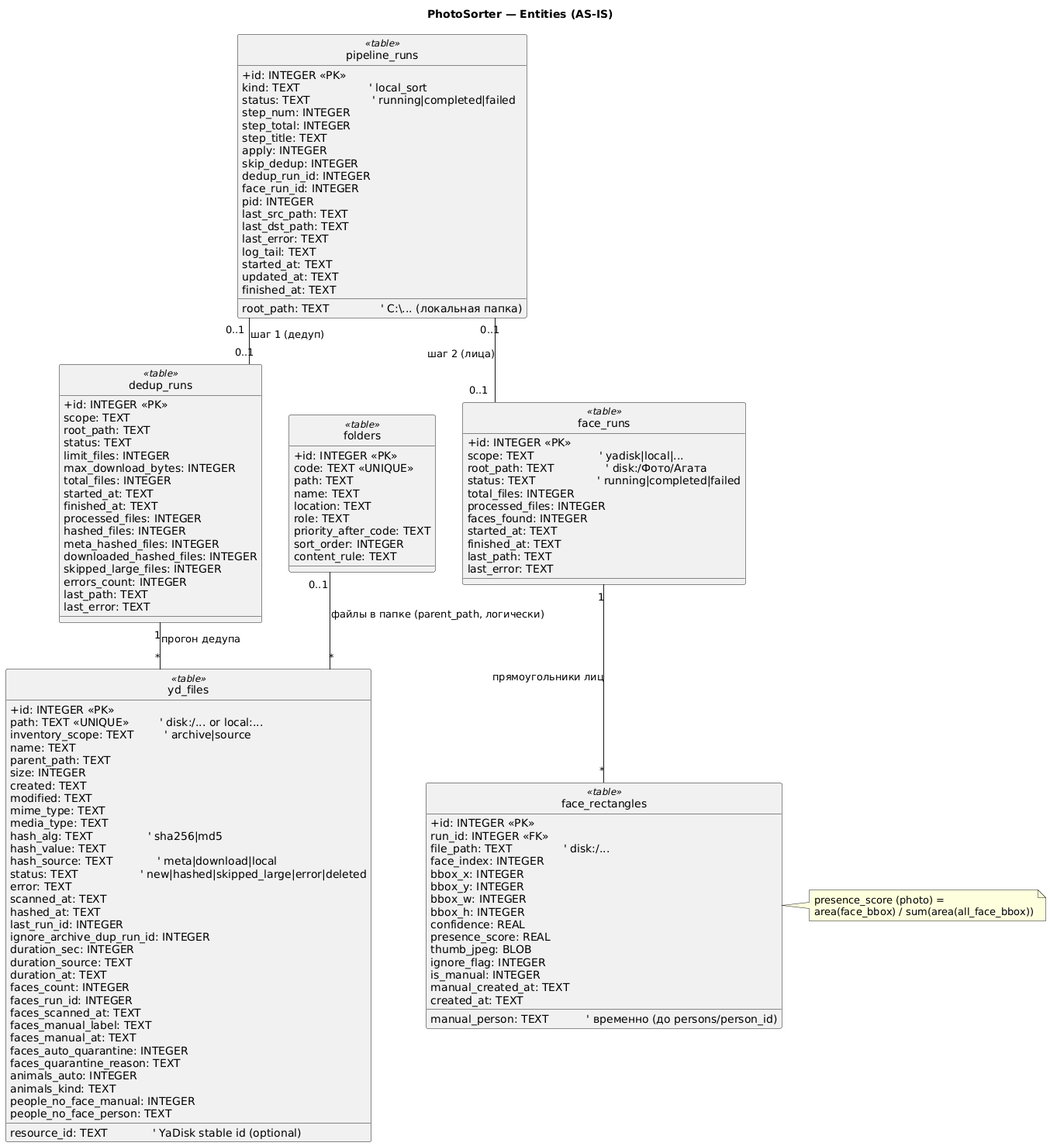
Earlier version of the PlantUML export docs/diagrams/entities_as_is.png (mzaborov/PhotoSorter).
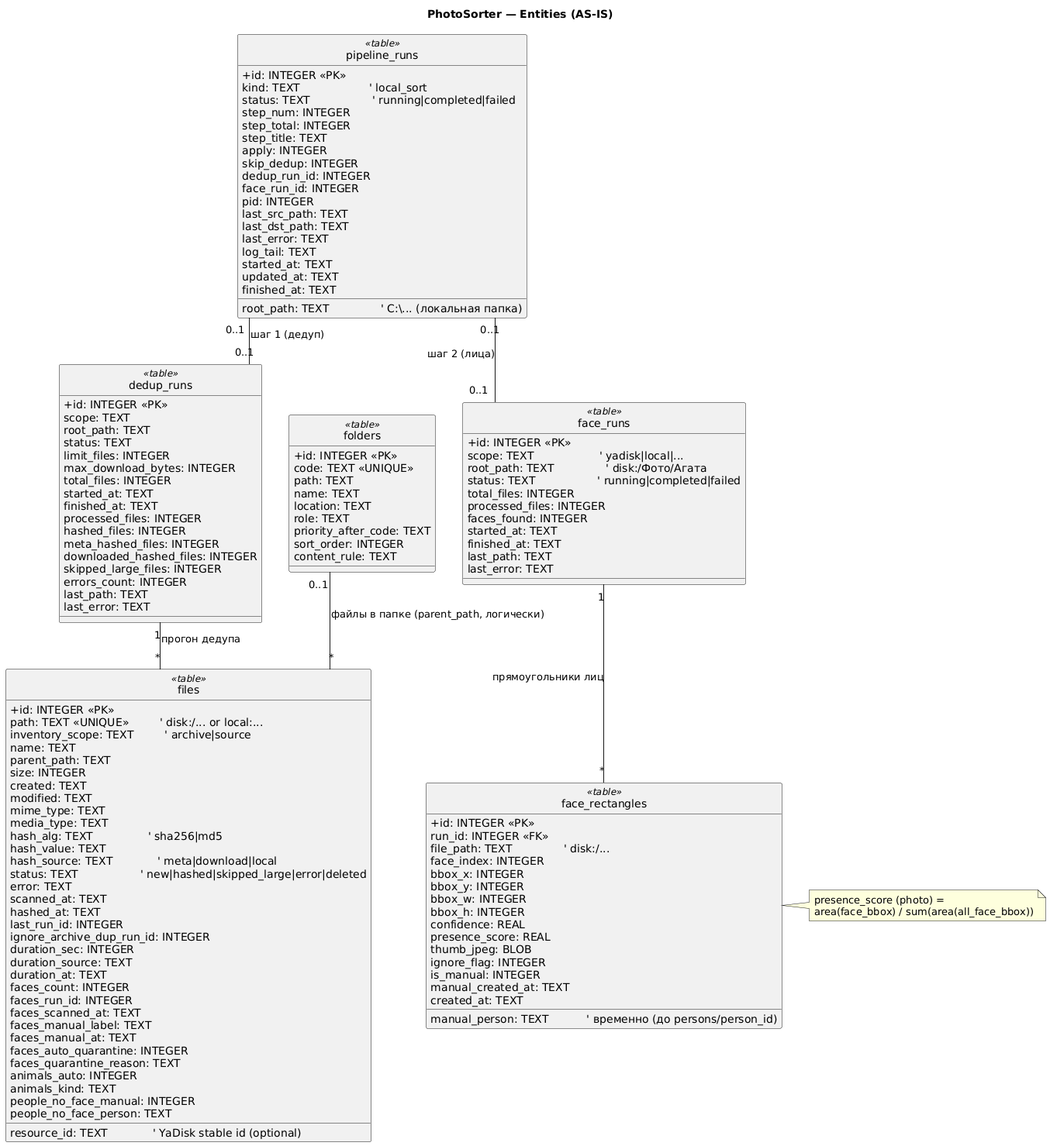
The same diagram one commit later.

Change to the diagram source:
```diff
@@ -59,7 +59,7 @@
   finished_at: TEXT
 }
 
-class yd_files <<table>> {
+class files <<table>> {
   +id: INTEGER <<PK>>
   path: TEXT <<UNIQUE>>         ' disk:/... or local:...
   resource_id: TEXT             ' YaDisk stable id (optional)
@@ -96,8 +96,8 @@
   people_no_face_person: TEXT
 }
 
-folders "0..1" -- "*" yd_files : файлы в папке (parent_path, логически)
-dedup_runs "1" -- "*" yd_files : прогон дедупа
+folders "0..1" -- "*" files : файлы в папке (parent_path, логически)
+dedup_runs "1" -- "*" files : прогон дедупа
 pipeline_runs "0..1" -- "0..1" dedup_runs : шаг 1 (дедуп)
 
 class face_runs <<table>> {
```
